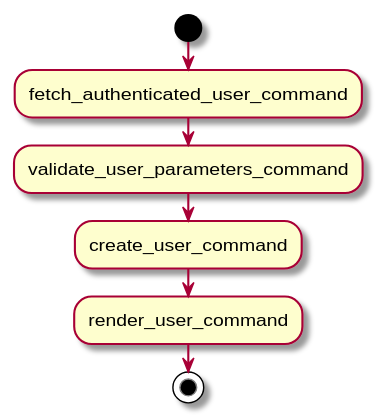
The PlantUML diagram build/uml/user_post_controller.svg in arpb2/C-3PO, before a commit.
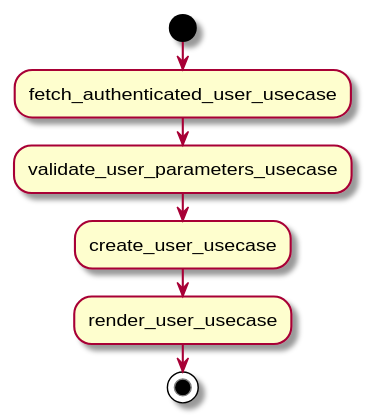
Later version of the same file.

What changed in the source:
```diff
@@ -1,8 +1,8 @@
 @startuml
 start
-:fetch_authenticated_user_command;
-:validate_user_parameters_command;
-:create_user_command;
-:render_user_command;
+:fetch_authenticated_user_usecase;
+:validate_user_parameters_usecase;
+:create_user_usecase;
+:render_user_usecase;
 stop
 @enduml
```
